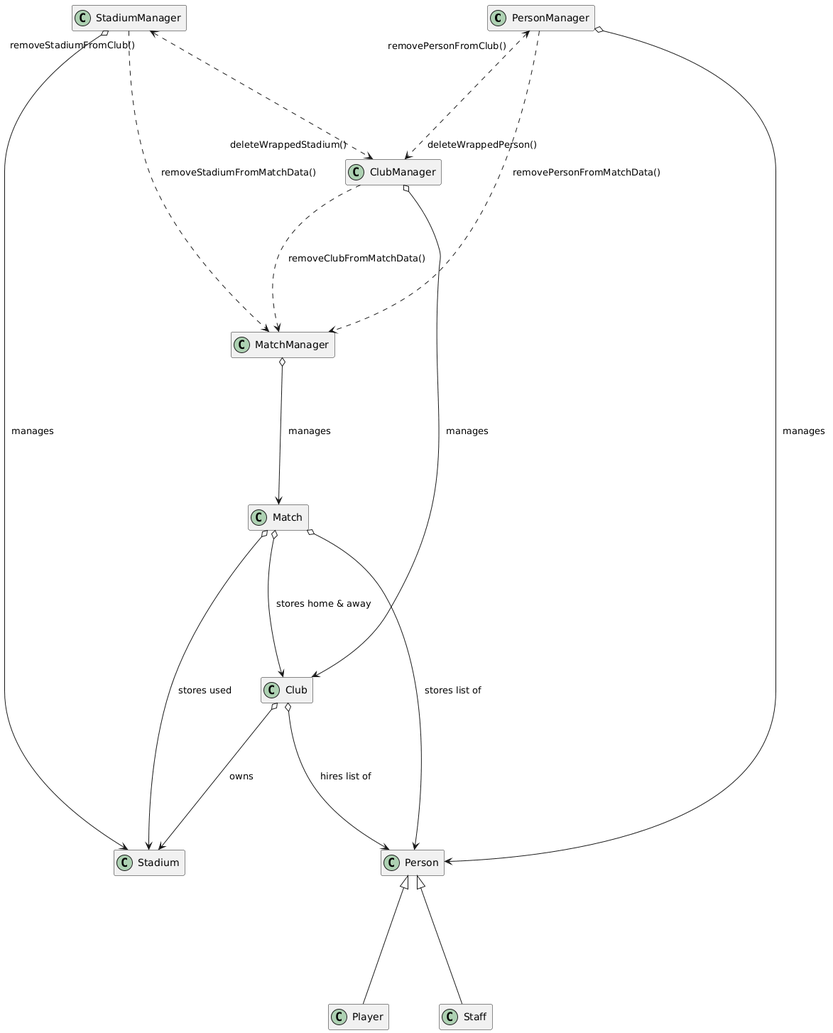
Above: uml_map.png in MASTERmaxiPL/cpp_classes_project (PlantUML), before the change. Its diagram source:
```plantuml
@startuml
hide empty members

skinparam nodesep 70
skinparam ranksep 180
skinparam padding 5

class PersonManager
class ClubManager
class StadiumManager
class MatchManager

class Person
class Player
class Staff
class Club
class Stadium
class Match

PersonManager ..> MatchManager : " removePersonFromMatchData()"
ClubManager ..> MatchManager : " removeClubFromMatchData()"
StadiumManager ..> MatchManager : " removeStadiumFromMatchData()"

PersonManager "removePersonFromClub()" <..> "deleteWrappedPerson()" ClubManager
StadiumManager "removeStadiumFromClub()" <..> "deleteWrappedStadium()" ClubManager

PersonManager o--> Person : " manages"
ClubManager o--> Club : " manages"
StadiumManager o--> Stadium : " manages"
MatchManager o--> Match : " manages"

Club o--> Person : " hires list of"
Club o--> Stadium : " owns"

Match o--> Club : " stores home & away"
Match o--> Stadium : "stores used"
Match o--> Person : " stores list of"

Person <|-- Player
Person <|-- Staff
@enduml
```
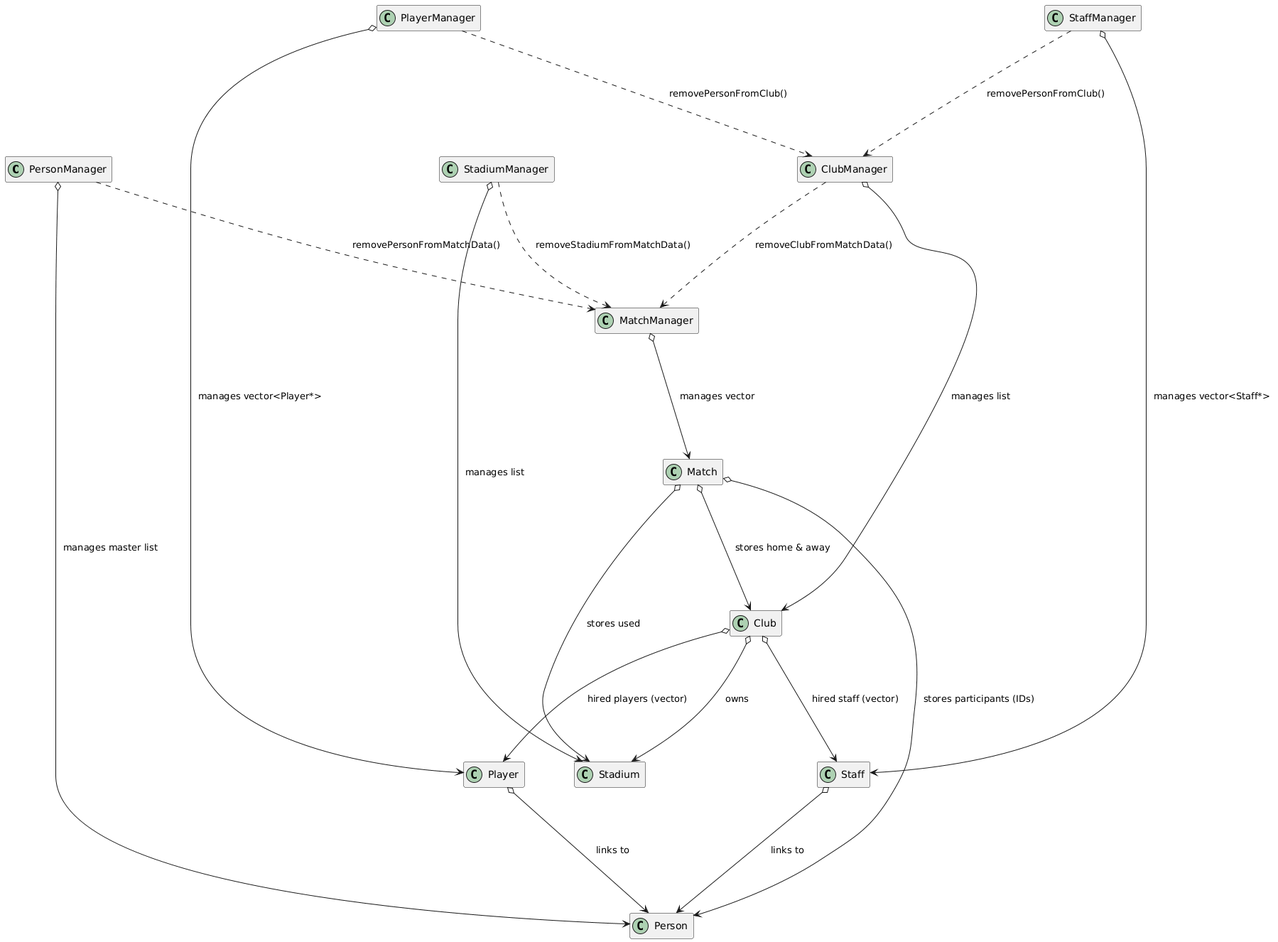
After the commit.

The edit, as a diff of the source:
```diff
@@ -2,10 +2,12 @@
 hide empty members
 
 skinparam nodesep 70
-skinparam ranksep 180
+skinparam ranksep 150
 skinparam padding 5
 
 class PersonManager
+class PlayerManager
+class StaffManager
 class ClubManager
 class StadiumManager
 class MatchManager
@@ -21,21 +23,24 @@
 ClubManager ..> MatchManager : " removeClubFromMatchData()"
 StadiumManager ..> MatchManager : " removeStadiumFromMatchData()"
 
-PersonManager "removePersonFromClub()" <..> "deleteWrappedPerson()" ClubManager
-StadiumManager "removeStadiumFromClub()" <..> "deleteWrappedStadium()" ClubManager
+PlayerManager ..> ClubManager : " removePersonFromClub()"
+StaffManager ..> ClubManager : " removePersonFromClub()"
 
-PersonManager o--> Person : " manages"
-ClubManager o--> Club : " manages"
-StadiumManager o--> Stadium : " manages"
-MatchManager o--> Match : " manages"
+PersonManager o--> Person : " manages master list"
+PlayerManager o--> Player : " manages vector<Player*>"
+StaffManager o--> Staff : " manages vector<Staff*>"
+ClubManager o--> Club : " manages list"
+StadiumManager o--> Stadium : " manages list"
+MatchManager o--> Match : " manages vector"
 
-Club o--> Person : " hires list of"
+Player o--> Person : " links to"
+Staff o--> Person : " links to"
+
+Club o--> Player : " hired players (vector)"
+Club o--> Staff : " hired staff (vector)"
 Club o--> Stadium : " owns"
 
 Match o--> Club : " stores home & away"
-Match o--> Stadium : "stores used"
-Match o--> Person : " stores list of"
-
-Person <|-- Player
-Person <|-- Staff
+Match o--> Stadium : " stores used"
+Match o--> Person : " stores participants (IDs)"
 @enduml
```
